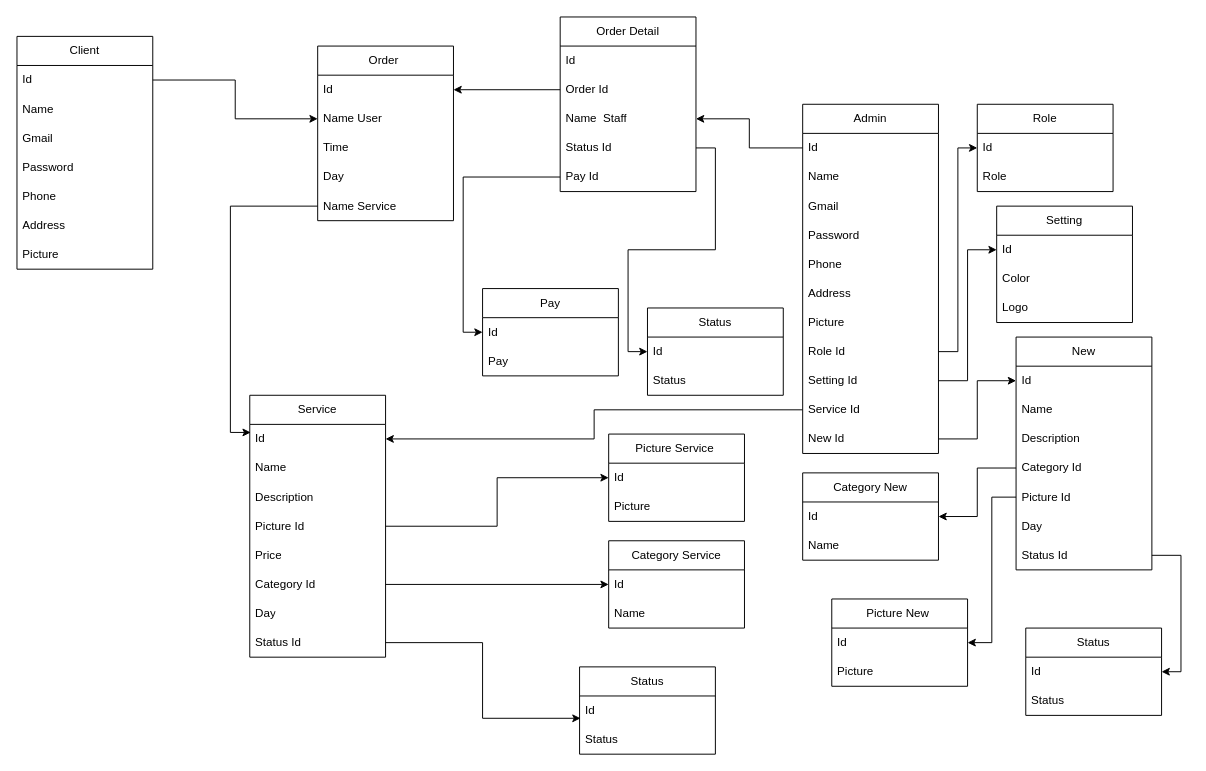
The draw.io diagram Biểu đồ không có tiêu đề.drawio in hai061898/diagrams, before the edit. Source tidied: cells renumbered, new cells numbered last; positions are measured from the earlier drawing's top-left corner, leaving out a move shared by most shapes. Both pictures are drawn from the tidied source at 97%, with x=0, y=0 at pixel (16, 16).
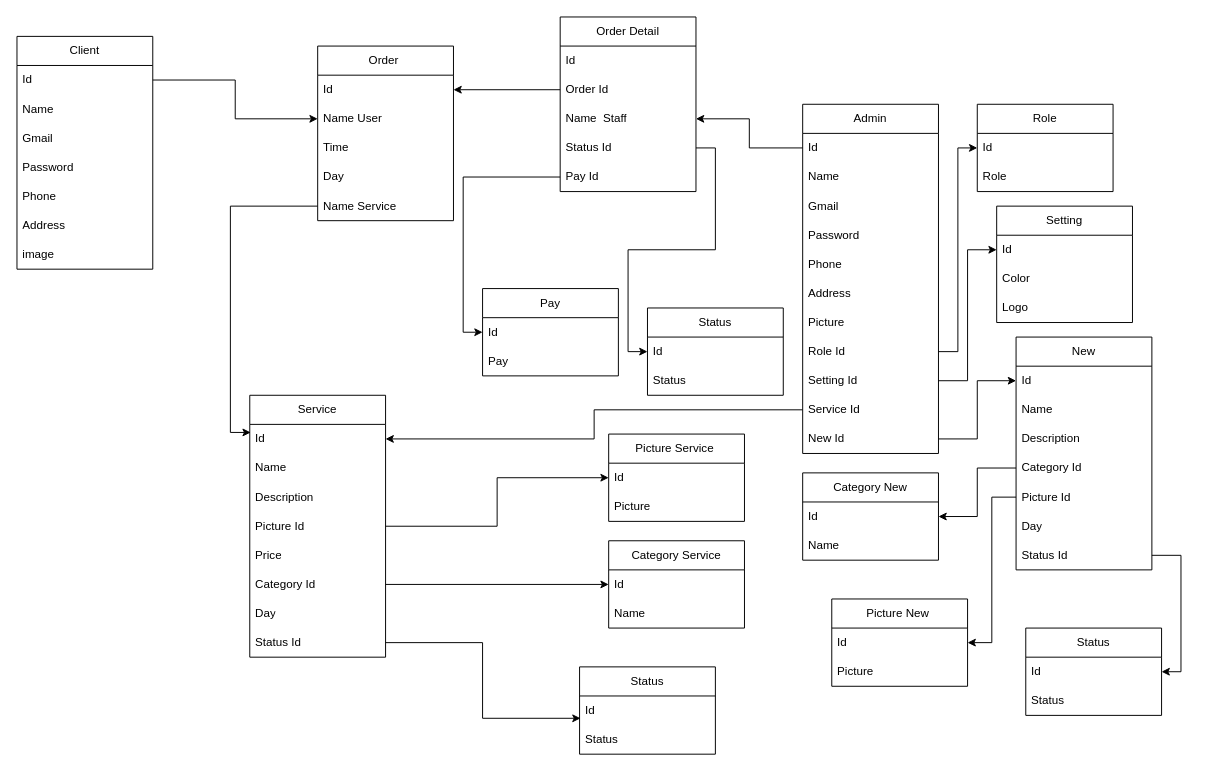
The same diagram, later.

Commit message:
Cập nhật Biểu đồ không có tiêu đề.drawio

The change refers to these unchanged cells:
```xml
<mxCell id="2" value="Client" style="swimlane;fontStyle=0;horizontal=1;startSize=30;whiteSpace=wrap;html=1;" parent="1" vertex="1">
  <mxGeometry y="20" width="140" height="240" as="geometry" />
</mxCell>
```

The edit, as a diff of the source:
```diff
@@
-    <mxCell id="9" value="Picture&amp;nbsp;" style="text;strokeColor=none;fillColor=none;align=left;verticalAlign=middle;spacingLeft=4;spacingRight=4;overflow=hidden;whiteSpace=wrap;html=1;" parent="2" vertex="1">
+    <mxCell id="9" value="image" style="text;strokeColor=none;fillColor=none;align=left;verticalAlign=middle;spacingLeft=4;spacingRight=4;overflow=hidden;whiteSpace=wrap;html=1;" parent="2" vertex="1">
       <mxGeometry y="210" width="140" height="30" as="geometry" />
     </mxCell>
```
